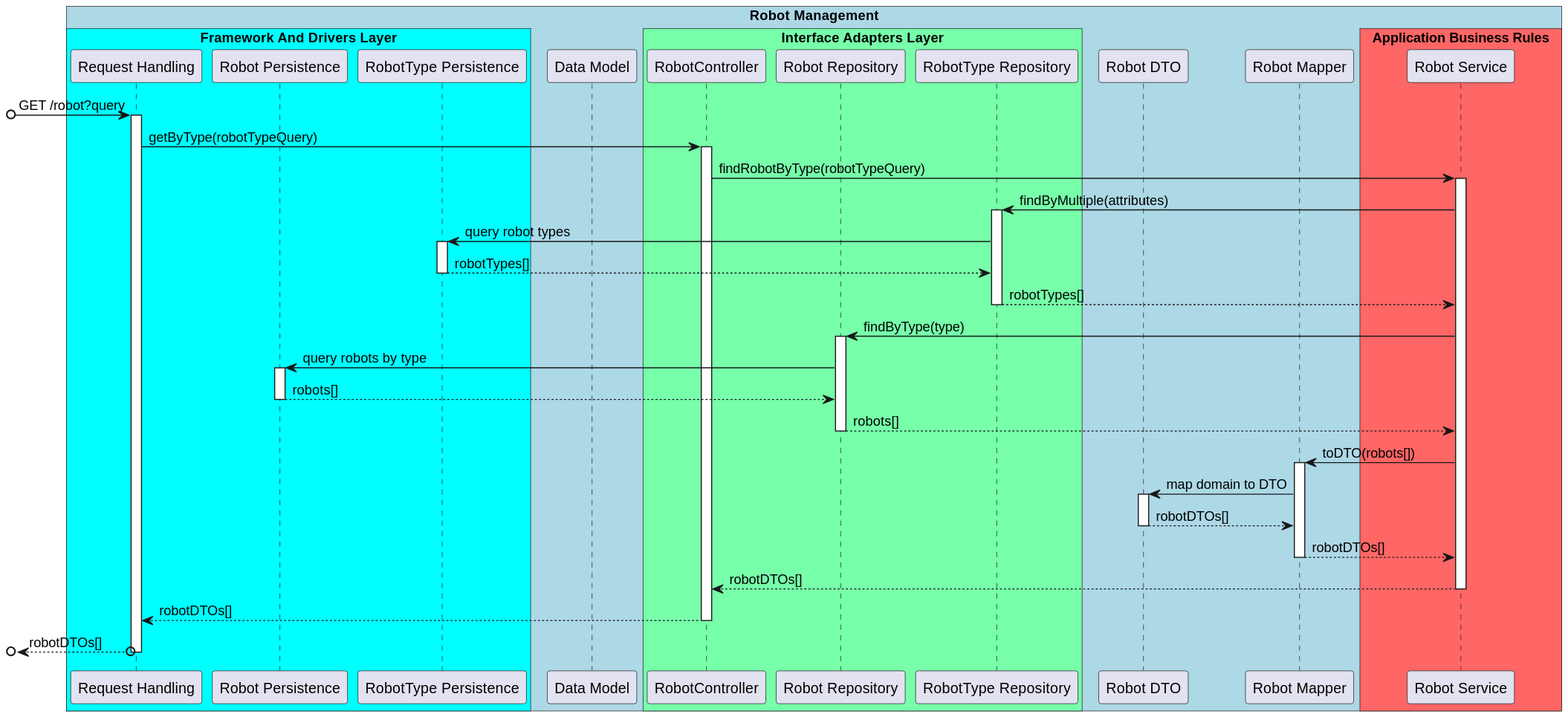
Earlier version of the PlantUML export docs/US/ID-390/SD Lv3.svg (winqus/RobDroneGo). Source of this version:
```plantuml
@startuml SD Lv3

!pragma teoz true

box "Robot Management" #LightBlue

    box "Framework And Drivers Layer" #00ffff
        participant "Request Handling" as Routing
        participant "Robot Persistence" as RobotPersistence
        participant "RobotType Persistence" as RobotTypePersistence
    end box

    participant "Data Model" as Data
    box "Interface Adapters Layer" #77ffaa
        participant RobotController as Controller
        participant "Robot Repository" as RobotRepo
        participant "RobotType Repository" as RobotTypeRepo
    end box

    participant "Robot DTO" as RobotDTO
    participant "Robot Mapper" as RobotMapper
    box "Application Business Rules" #ff6666
        participant "Robot Service" as RobotService
    end box

end box

[o-> Routing : GET /robot?query
activate Routing

    Routing -> Controller : getByType(robotTypeQuery)
    activate Controller

        Controller -> RobotService : findRobotByType(robotTypeQuery)
        activate RobotService

            RobotService -> RobotTypeRepo : findByMultiple(attributes)
            activate RobotTypeRepo

                RobotTypeRepo -> RobotTypePersistence : query robot types
                activate RobotTypePersistence

                RobotTypePersistence --> RobotTypeRepo : robotTypes[]
                deactivate RobotTypePersistence

            RobotTypeRepo --> RobotService : robotTypes[]
            deactivate RobotTypeRepo

            RobotService -> RobotRepo : findByType(type)
            activate RobotRepo

                RobotRepo -> RobotPersistence : query robots by type
                activate RobotPersistence

                RobotPersistence --> RobotRepo : robots[]
                deactivate RobotPersistence

            RobotRepo --> RobotService : robots[]
            deactivate RobotRepo

            RobotService -> RobotMapper : toDTO(robots[])
            activate RobotMapper

                RobotMapper -> RobotDTO : map domain to DTO
                activate RobotDTO

                RobotDTO --> RobotMapper : robotDTOs[]
                deactivate RobotDTO

            RobotMapper --> RobotService : robotDTOs[]
            deactivate RobotMapper

        RobotService --> Controller : robotDTOs[]
        deactivate RobotService

    Controller --> Routing : robotDTOs[]
    deactivate Controller

[o<--o Routing : robotDTOs[]
deactivate Routing

@enduml
```
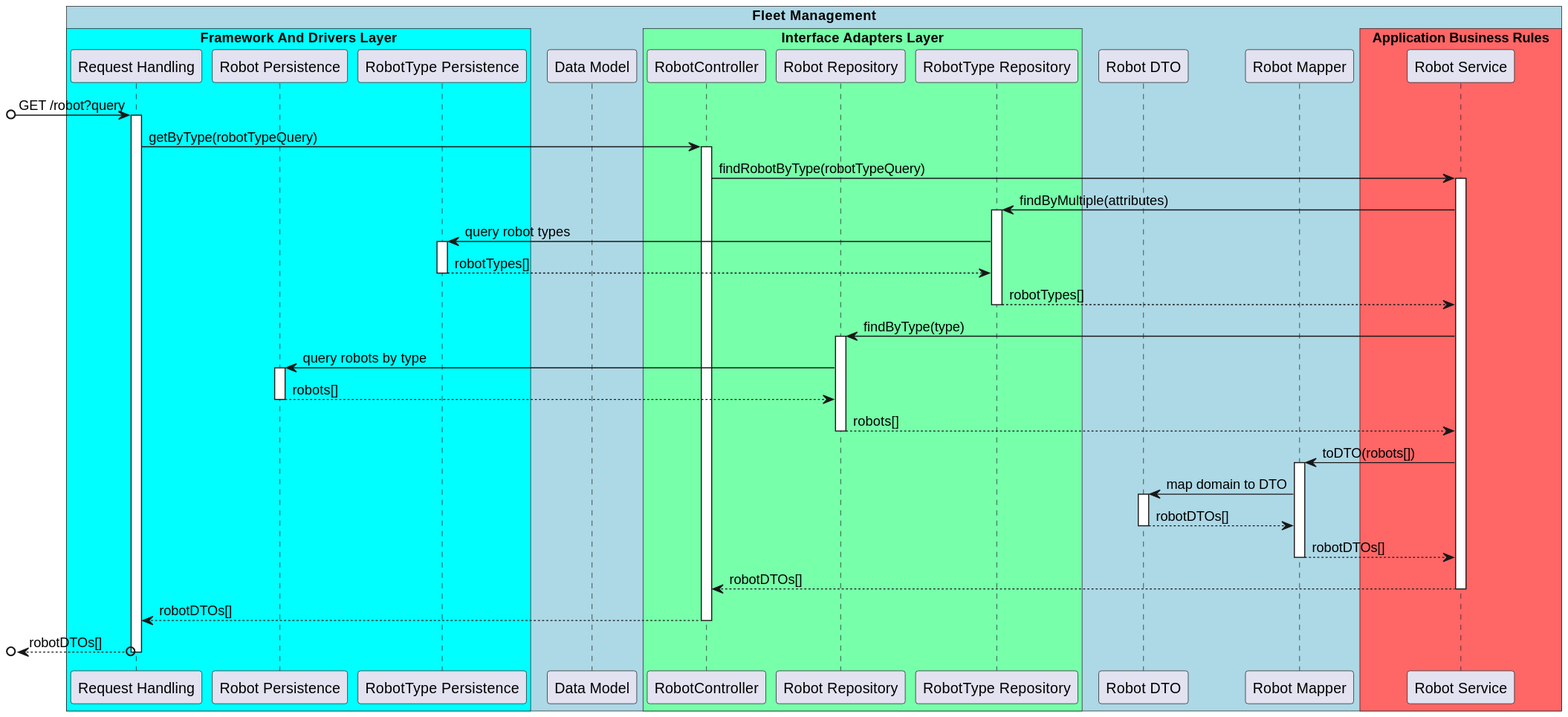
The same file after the commit.

Diff of the diagram source:
```diff
@@ -2,7 +2,7 @@
 
 !pragma teoz true
 
-box "Robot Management" #LightBlue
+box "Fleet Management" #LightBlue
 
     box "Framework And Drivers Layer" #00ffff
         participant "Request Handling" as Routing
```
